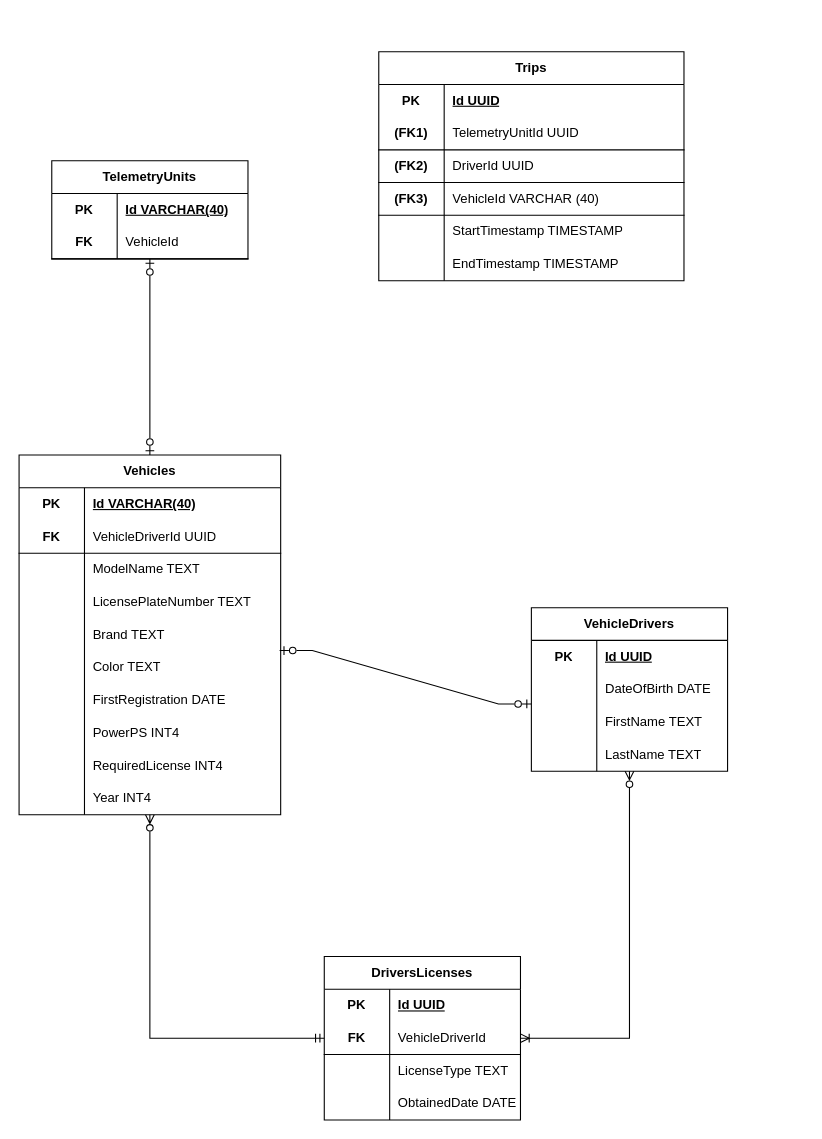
The draw.io diagram ER_MainService.drawio in roger9867/FleetControl, before the edit. Source tidied: cells renumbered, new cells numbered last; positions are measured from the earlier drawing's top-left corner, leaving out a move shared by most shapes. Both pictures are drawn from the tidied source at 109%, with x=0, y=0 at pixel (19, 51).
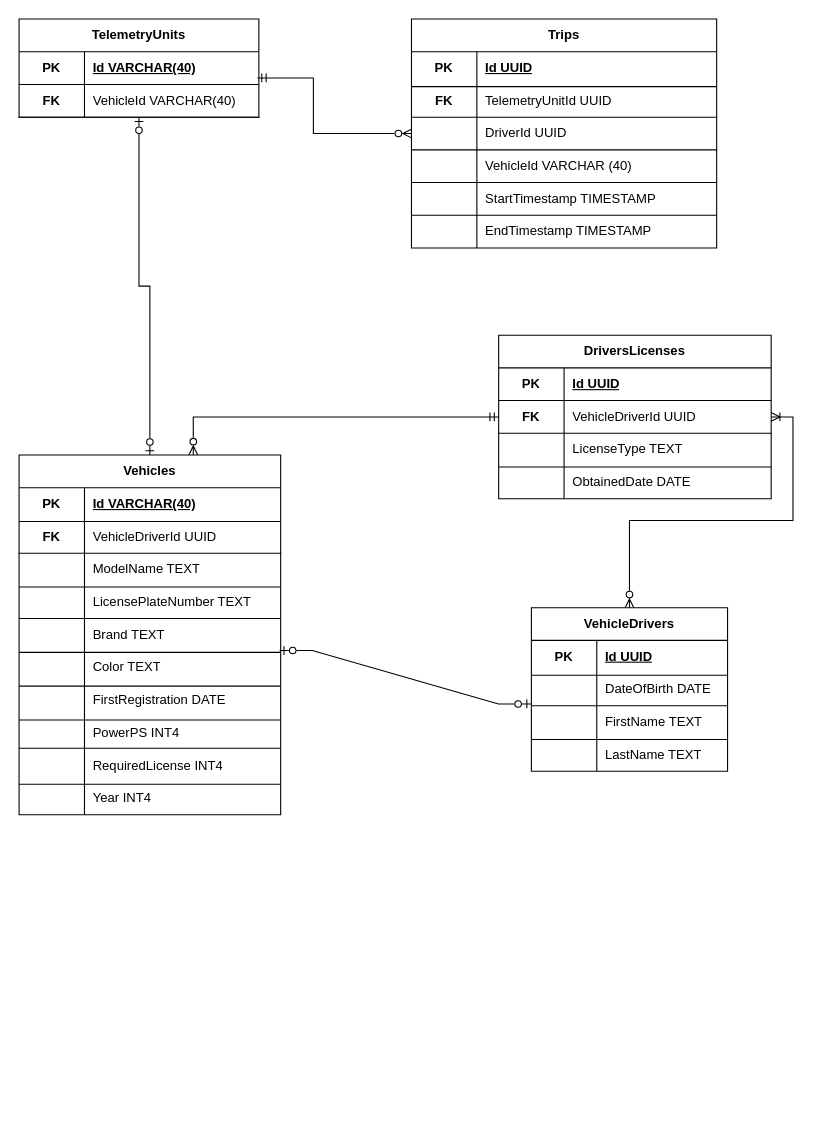
Above is the later version.

Unchanged cells that the change refers to:
```xml
<mxCell id="26" style="shape=tableRow;horizontal=0;startSize=0;swimlaneHead=0;swimlaneBody=0;fillColor=none;top=0;left=0;right=0;bottom=1;html=1;" parent="22" vertex="1">
  <mxGeometry y="60" width="280" height="30" as="geometry" />
</mxCell>
<mxCell id="29" style="shape=tableRow;horizontal=0;startSize=0;swimlaneHead=0;swimlaneBody=0;fillColor=none;top=0;left=0;right=0;bottom=1;html=1;" parent="22" vertex="1">
  <mxGeometry y="90" width="280" height="30" as="geometry" />
</mxCell>
<mxCell id="32" style="shape=tableRow;horizontal=0;startSize=0;swimlaneHead=0;swimlaneBody=0;fillColor=none;top=0;left=0;right=0;bottom=1;html=1;" parent="22" vertex="1">
  <mxGeometry y="120" width="280" height="30" as="geometry" />
</mxCell>
<mxCell id="43" value="Vehicles" style="shape=table;startSize=30;childLayout=tableLayout;rowLines=0;fontStyle=1;align=center;html=1;whiteSpace=wrap;" parent="1" vertex="1">
  <mxGeometry y="370" width="240" height="330" as="geometry" />
</mxCell>
```

Diff of the diagram source:
```diff
@@
     <mxCell id="2" value="TelemetryUnits" style="shape=table;startSize=30;childLayout=tableLayout;rowLines=0;fontStyle=1;align=center;html=1;whiteSpace=wrap;" parent="1" vertex="1">
-      <mxGeometry x="30" y="100" width="180" height="90" as="geometry" />
+      <mxGeometry y="-30" width="220" height="90" as="geometry" />
     </mxCell>
     <mxCell id="3" style="shape=tableRow;horizontal=0;startSize=0;swimlaneHead=0;swimlaneBody=0;fillColor=none;points=[[0,0.5],[1,0.5]];portConstraint=eastwest;top=0;left=0;right=0;bottom=0;html=1;" parent="2" vertex="1">
-      <mxGeometry y="30" width="180" height="30" as="geometry" />
+      <mxGeometry y="30" width="220" height="30" as="geometry" />
     </mxCell>
@@
     <mxCell id="5" value="&lt;div&gt;&lt;span style=&quot;background-color: transparent; color: light-dark(rgb(0, 0, 0), rgb(255, 255, 255));&quot;&gt;Id VARCHAR(40)&lt;/span&gt;&lt;/div&gt;" style="shape=partialRectangle;fillColor=none;top=0;left=0;bottom=0;right=0;align=left;spacingLeft=6;fontStyle=5;overflow=hidden;html=1;whiteSpace=wrap;" parent="3" vertex="1">
-      <mxGeometry x="60" width="120" height="30" as="geometry" />
+      <mxGeometry x="60" width="160" height="30" as="geometry" />
     </mxCell>
     <mxCell id="6" style="shape=tableRow;horizontal=0;startSize=0;swimlaneHead=0;swimlaneBody=0;fillColor=none;top=0;left=0;right=0;bottom=1;html=1;" parent="2" vertex="1">
-      <mxGeometry y="60" width="180" height="30" as="geometry" />
+      <mxGeometry y="60" width="220" height="30" as="geometry" />
     </mxCell>
@@
-    <mxCell id="8" value="&lt;span style=&quot;font-weight: normal;&quot;&gt;VehicleId&lt;/span&gt;" style="shape=partialRectangle;fillColor=none;top=0;left=0;bottom=0;right=0;align=left;spacingLeft=6;fontStyle=1;overflow=hidden;html=1;whiteSpace=wrap;" parent="6" vertex="1">
-      <mxGeometry x="60" width="120" height="30" as="geometry" />
+    <mxCell id="8" value="&lt;span style=&quot;font-weight: normal;&quot;&gt;VehicleId VARCHAR(40)&lt;/span&gt;" style="shape=partialRectangle;fillColor=none;top=0;left=0;bottom=0;right=0;align=left;spacingLeft=6;fontStyle=1;overflow=hidden;html=1;whiteSpace=wrap;" parent="6" vertex="1">
+      <mxGeometry x="60" width="160" height="30" as="geometry" />
     </mxCell>
@@
     <mxCell id="22" value="Trips" style="shape=table;startSize=30;childLayout=tableLayout;rowLines=0;fontStyle=1;align=center;html=1;whiteSpace=wrap;" parent="1" vertex="1">
-      <mxGeometry x="330" width="280" height="210" as="geometry" />
+      <mxGeometry x="360" y="-30" width="280" height="210" as="geometry" />
     </mxCell>
@@
-    <mxCell id="27" value="(FK1)" style="shape=partialRectangle;fillColor=none;top=0;left=0;bottom=0;right=0;fontStyle=1;overflow=hidden;html=1;whiteSpace=wrap;" parent="26" vertex="1">
+    <mxCell id="27" value="FK" style="shape=partialRectangle;fillColor=none;top=0;left=0;bottom=0;right=0;fontStyle=1;overflow=hidden;html=1;whiteSpace=wrap;" parent="26" vertex="1">
       <mxGeometry width="60" height="30" as="geometry" />
     </mxCell>
@@
-    <mxCell id="30" value="(FK2)" style="shape=partialRectangle;fillColor=none;top=0;left=0;bottom=0;right=0;fontStyle=1;overflow=hidden;html=1;whiteSpace=wrap;" parent="29" vertex="1">
+    <mxCell id="30" style="shape=partialRectangle;fillColor=none;top=0;left=0;bottom=0;right=0;fontStyle=1;overflow=hidden;html=1;whiteSpace=wrap;" parent="29" vertex="1">
       <mxGeometry width="60" height="30" as="geometry" />
     </mxCell>
@@
-    <mxCell id="33" value="(FK3)" style="shape=partialRectangle;fillColor=none;top=0;left=0;bottom=0;right=0;fontStyle=1;overflow=hidden;html=1;whiteSpace=wrap;" parent="32" vertex="1">
+    <mxCell id="33" style="shape=partialRectangle;fillColor=none;top=0;left=0;bottom=0;right=0;fontStyle=1;overflow=hidden;html=1;whiteSpace=wrap;" parent="32" vertex="1">
       <mxGeometry width="60" height="30" as="geometry" />
     </mxCell>
@@
-    <mxCell id="42" style="edgeStyle=orthogonalEdgeStyle;rounded=0;jettySize=auto;html=1;entryX=0;entryY=0.5;entryDx=0;entryDy=0;startArrow=ERzeroToMany;startFill=0;endArrow=ERmandOne;endFill=0;" parent="1" edge="1" source="43" target="78">
+    <mxCell id="42" style="edgeStyle=orthogonalEdgeStyle;rounded=0;jettySize=auto;html=1;entryX=0;entryY=0.5;entryDx=0;entryDy=0;startArrow=ERzeroToMany;startFill=0;endArrow=ERmandOne;endFill=0;exitX=0.666;exitY=-0.001;exitDx=0;exitDy=0;exitPerimeter=0;" parent="1" edge="1" source="43" target="78">
       <mxGeometry relative="1" as="geometry" />
     </mxCell>
@@
     <mxCell id="74" value="DriversLicenses" style="shape=table;startSize=30;childLayout=tableLayout;rowLines=0;fontStyle=1;align=center;html=1;whiteSpace=wrap;" parent="1" vertex="1">
-      <mxGeometry x="280" y="830" width="180" height="150" as="geometry" />
+      <mxGeometry x="440" y="260" width="250" height="150" as="geometry" />
     </mxCell>
     <mxCell id="75" style="shape=tableRow;horizontal=0;startSize=0;swimlaneHead=0;swimlaneBody=0;fillColor=none;top=0;left=0;right=0;bottom=0;html=1;" parent="74" vertex="1">
-      <mxGeometry y="30" width="180" height="30" as="geometry" />
+      <mxGeometry y="30" width="250" height="30" as="geometry" />
     </mxCell>
@@
     <mxCell id="77" value="Id UUID" style="shape=partialRectangle;fillColor=none;top=0;left=0;bottom=0;right=0;align=left;spacingLeft=6;fontStyle=5;overflow=hidden;html=1;whiteSpace=wrap;" parent="75" vertex="1">
-      <mxGeometry x="60" width="120" height="30" as="geometry" />
+      <mxGeometry x="60" width="190" height="30" as="geometry" />
     </mxCell>
     <mxCell id="78" style="shape=tableRow;horizontal=0;startSize=0;swimlaneHead=0;swimlaneBody=0;fillColor=none;points=[[0,0.5],[1,0.5]];portConstraint=eastwest;top=0;left=0;right=0;bottom=1;html=1;" parent="74" vertex="1">
-      <mxGeometry y="60" width="180" height="30" as="geometry" />
+      <mxGeometry y="60" width="250" height="30" as="geometry" />
     </mxCell>
@@
-    <mxCell id="80" value="VehicleDriverId" style="shape=partialRectangle;fillColor=none;top=0;left=0;bottom=0;right=0;align=left;spacingLeft=6;fontStyle=0;overflow=hidden;html=1;whiteSpace=wrap;" parent="78" vertex="1">
-      <mxGeometry x="60" width="120" height="30" as="geometry" />
+    <mxCell id="80" value="VehicleDriverId UUID" style="shape=partialRectangle;fillColor=none;top=0;left=0;bottom=0;right=0;align=left;spacingLeft=6;fontStyle=0;overflow=hidden;html=1;whiteSpace=wrap;" parent="78" vertex="1">
+      <mxGeometry x="60" width="190" height="30" as="geometry" />
     </mxCell>
     <mxCell id="81" style="shape=tableRow;horizontal=0;startSize=0;swimlaneHead=0;swimlaneBody=0;fillColor=none;top=0;left=0;right=0;bottom=0;html=1;" parent="74" vertex="1">
-      <mxGeometry y="90" width="180" height="30" as="geometry" />
+      <mxGeometry y="90" width="250" height="30" as="geometry" />
     </mxCell>
@@
     <mxCell id="83" value="LicenseType TEXT" style="shape=partialRectangle;fillColor=none;top=0;left=0;bottom=0;right=0;align=left;spacingLeft=6;overflow=hidden;html=1;whiteSpace=wrap;" parent="81" vertex="1">
-      <mxGeometry x="60" width="120" height="30" as="geometry" />
+      <mxGeometry x="60" width="190" height="30" as="geometry" />
     </mxCell>
     <mxCell id="84" style="shape=tableRow;horizontal=0;startSize=0;swimlaneHead=0;swimlaneBody=0;fillColor=none;top=0;left=0;right=0;bottom=0;html=1;" parent="74" vertex="1">
-      <mxGeometry y="120" width="180" height="30" as="geometry" />
+      <mxGeometry y="120" width="250" height="30" as="geometry" />
     </mxCell>
@@
     <mxCell id="86" value="ObtainedDate DATE" style="shape=partialRectangle;fillColor=none;top=0;left=0;bottom=0;right=0;align=left;spacingLeft=6;overflow=hidden;html=1;whiteSpace=wrap;" parent="84" vertex="1">
-      <mxGeometry x="60" width="120" height="30" as="geometry" />
+      <mxGeometry x="60" width="190" height="30" as="geometry" />
     </mxCell>
@@
+    <mxCell id="89" style="edgeStyle=orthogonalEdgeStyle;rounded=0;jettySize=auto;html=1;entryX=0.994;entryY=0.8;entryDx=0;entryDy=0;entryPerimeter=0;startArrow=ERzeroToMany;startFill=0;endArrow=ERmandOne;endFill=0;" parent="1" edge="1" source="22" target="3">
+      <mxGeometry relative="1" as="geometry">
+        <Array as="points">
+          <mxPoint x="270" y="75" />
+          <mxPoint x="270" y="24.1" />
+        </Array>
+      </mxGeometry>
+    </mxCell>
+    <mxCell id="90" style="line;strokeWidth=1;dashed=0;labelPosition=right;align=left;verticalAlign=middle;spacingTop=0;spacingLeft=6;" parent="1" vertex="1">
+      <mxGeometry y="25" width="220" height="10" as="geometry" />
+    </mxCell>
+    <mxCell id="91" style="line;strokeWidth=1;dashed=0;labelPosition=right;align=left;verticalAlign=middle;spacingTop=0;spacingLeft=6;" parent="1" vertex="1">
+      <mxGeometry y="426" width="240" height="10" as="geometry" />
+    </mxCell>
+    <mxCell id="92" style="line;strokeWidth=1;dashed=0;labelPosition=right;align=left;verticalAlign=middle;spacingTop=0;spacingLeft=6;" parent="1" vertex="1">
+      <mxGeometry y="486" width="240" height="10" as="geometry" />
+    </mxCell>
+    <mxCell id="93" style="line;strokeWidth=1;dashed=0;labelPosition=right;align=left;verticalAlign=middle;spacingTop=0;spacingLeft=6;" parent="1" vertex="1">
+      <mxGeometry y="515" width="240" height="10" as="geometry" />
+    </mxCell>
+    <mxCell id="94" style="line;strokeWidth=1;dashed=0;labelPosition=right;align=left;verticalAlign=middle;spacingTop=0;spacingLeft=6;" parent="1" vertex="1">
+      <mxGeometry y="546" width="240" height="10" as="geometry" />
+    </mxCell>
+    <mxCell id="95" style="line;strokeWidth=1;dashed=0;labelPosition=right;align=left;verticalAlign=middle;spacingTop=0;spacingLeft=6;" parent="1" vertex="1">
+      <mxGeometry y="577" width="240" height="10" as="geometry" />
+    </mxCell>
+    <mxCell id="96" style="line;strokeWidth=1;dashed=0;labelPosition=right;align=left;verticalAlign=middle;spacingTop=0;spacingLeft=6;" parent="1" vertex="1">
+      <mxGeometry y="608" width="240" height="10" as="geometry" />
+    </mxCell>
+    <mxCell id="97" style="line;strokeWidth=1;dashed=0;labelPosition=right;align=left;verticalAlign=middle;spacingTop=0;spacingLeft=6;" parent="1" vertex="1">
+      <mxGeometry y="634" width="240" height="10" as="geometry" />
+    </mxCell>
+    <mxCell id="98" style="line;strokeWidth=1;dashed=0;labelPosition=right;align=left;verticalAlign=middle;spacingTop=0;spacingLeft=6;" parent="1" vertex="1">
+      <mxGeometry y="667" width="240" height="10" as="geometry" />
+    </mxCell>
+    <mxCell id="99" style="line;strokeWidth=1;dashed=0;labelPosition=right;align=left;verticalAlign=middle;spacingTop=0;spacingLeft=6;" parent="1" vertex="1">
+      <mxGeometry x="470" y="567" width="180" height="10" as="geometry" />
+    </mxCell>
+    <mxCell id="100" style="line;strokeWidth=1;dashed=0;labelPosition=right;align=left;verticalAlign=middle;spacingTop=0;spacingLeft=6;" parent="1" vertex="1">
+      <mxGeometry x="470" y="595" width="180" height="10" as="geometry" />
+    </mxCell>
+    <mxCell id="101" style="line;strokeWidth=1;dashed=0;labelPosition=right;align=left;verticalAlign=middle;spacingTop=0;spacingLeft=6;" parent="1" vertex="1">
+      <mxGeometry x="470" y="626" width="180" height="10" as="geometry" />
+    </mxCell>
+    <mxCell id="102" style="line;strokeWidth=1;dashed=0;labelPosition=right;align=left;verticalAlign=middle;spacingTop=0;spacingLeft=6;" parent="1" vertex="1">
+      <mxGeometry x="440" y="315" width="250" height="10" as="geometry" />
+    </mxCell>
+    <mxCell id="103" style="line;strokeWidth=1;dashed=0;labelPosition=right;align=left;verticalAlign=middle;spacingTop=0;spacingLeft=6;" parent="1" vertex="1">
+      <mxGeometry x="440" y="376" width="250" height="10" as="geometry" />
+    </mxCell>
+    <mxCell id="104" style="line;strokeWidth=1;dashed=0;labelPosition=right;align=left;verticalAlign=middle;spacingTop=0;spacingLeft=6;" parent="1" vertex="1">
+      <mxGeometry x="360" y="27" width="280" height="10" as="geometry" />
+    </mxCell>
+    <mxCell id="105" style="line;strokeWidth=1;dashed=0;labelPosition=right;align=left;verticalAlign=middle;spacingTop=0;spacingLeft=6;" parent="1" vertex="1">
+      <mxGeometry x="360" y="145" width="280" height="10" as="geometry" />
+    </mxCell>
```
